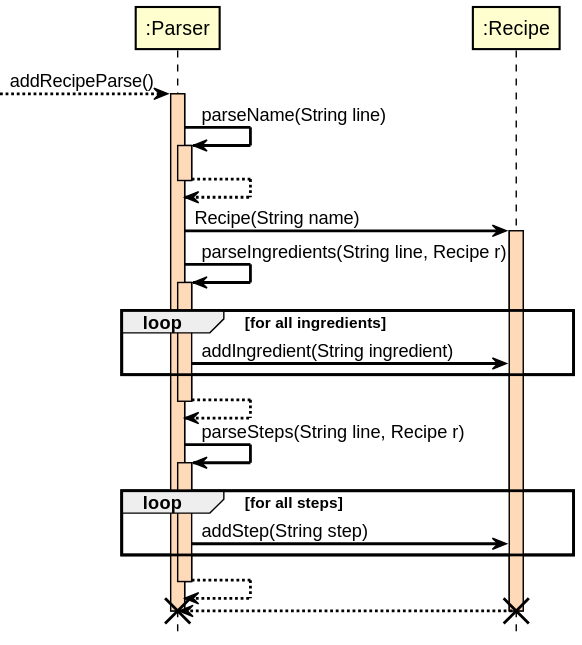
This is docs/RenderedUML/AddSequence.svg from nus-cs2113-AY2122S1/tp, a PlantUML export, as it was before one commit.
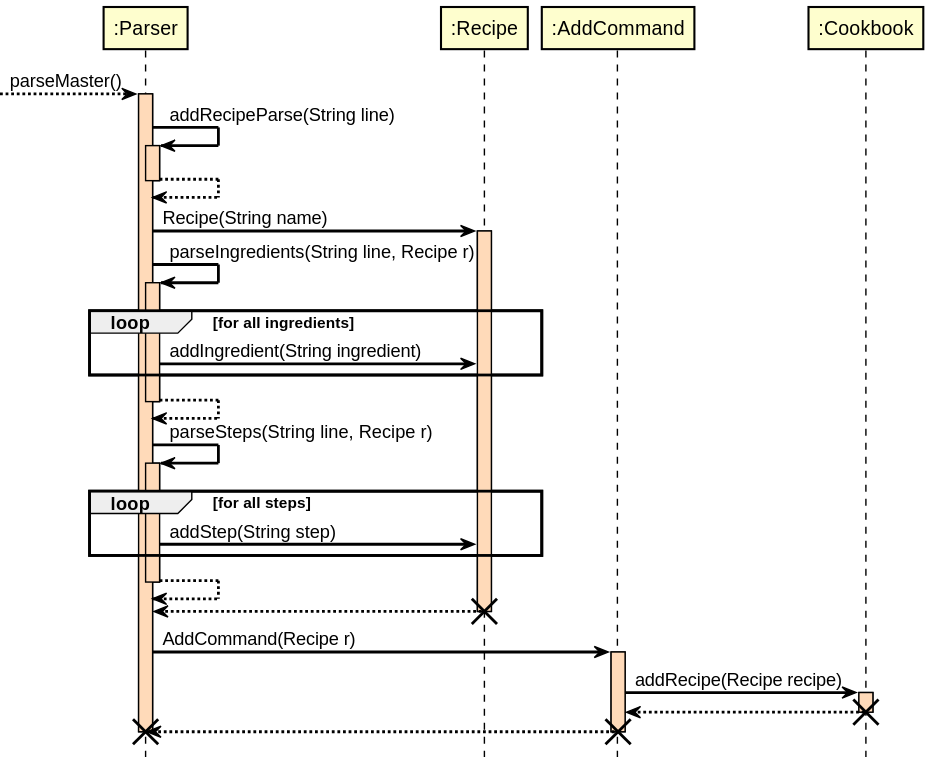
The same file after the commit.

Change to the diagram source:
```diff
@@ -11,10 +11,10 @@
 
 skinparam sequenceArrowColor black
 
---> ":Parser": addRecipeParse()
+--> ":Parser": parseMaster()
 activate ":Parser"
 
-":Parser" -> ":Parser": parseName(String line)
+":Parser" -> ":Parser": addRecipeParse(String line)
 activate ":Parser"
 
 ":Parser" --> ":Parser"
@@ -50,8 +50,17 @@
 ":Recipe" --> ":Parser":
 destroy ":Recipe"
 
+":Parser" -> ":AddCommand": AddCommand(Recipe r)
+activate ":AddCommand"
 
+":AddCommand" -> ":Cookbook": addRecipe(Recipe recipe)
+activate ":Cookbook"
+
+":Cookbook" --> ":AddCommand"
+destroy ":Cookbook"
+
+":AddCommand" --> ":Parser"
+destroy ":AddCommand"
 
 destroy ":Parser"
-
 @enduml
```
